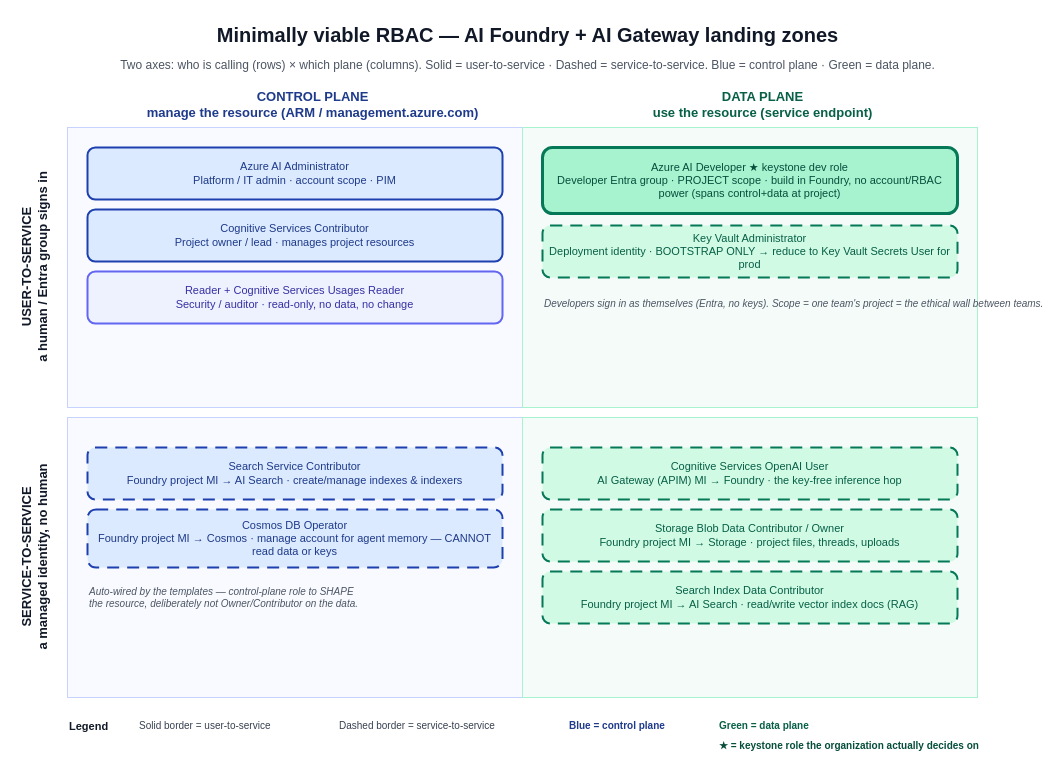
The draw.io diagram examples/baker-mckenzie-workshop/diagrams/foundry-gateway-rbac.drawio in troyhite/terraform-azurerm-avm-ptn-aiml-landing-zone, before the edit. Source tidied: cells renumbered, new cells numbered last; positions are measured from the earlier drawing's top-left corner, leaving out a move shared by most shapes. Both pictures are drawn from the tidied source at 100%, with x=0, y=0 at pixel (17, 17).
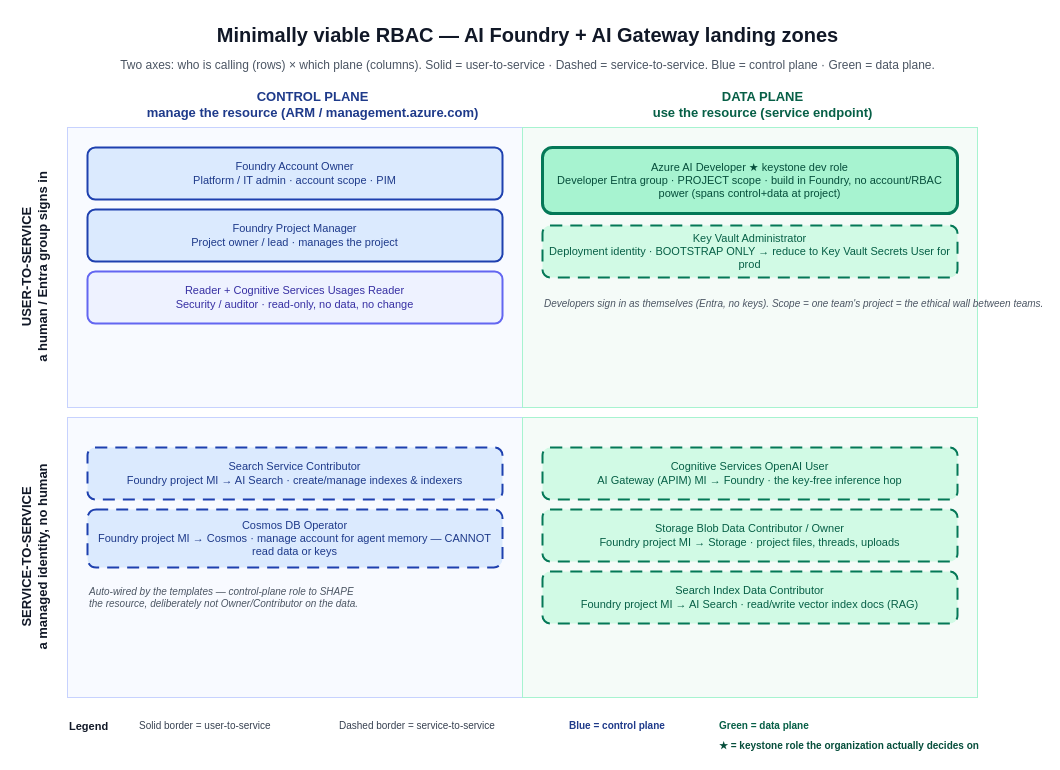
Above is the later version.

Commit message (it also covers changes not shown here):
data connectivity & RBAC role name updates

Diff of the diagram source:
```diff
@@
-    <mxCell id="12" value="Azure AI Administrator&#10;Platform / IT admin · account scope · PIM" style="rounded=1;whiteSpace=wrap;html=1;fillColor=#DBEAFE;strokeColor=#1E40AF;fontColor=#1E3A8A;fontSize=11;strokeWidth=2;" parent="1" vertex="1">
+    <mxCell id="12" value="Foundry Account Owner&#10;Platform / IT admin · account scope · PIM" style="rounded=1;whiteSpace=wrap;html=1;fillColor=#DBEAFE;strokeColor=#1E40AF;fontColor=#1E3A8A;fontSize=11;strokeWidth=2;" parent="1" vertex="1">
       <mxGeometry x="70" y="130" width="415" height="52" as="geometry" />
     </mxCell>
-    <mxCell id="13" value="Cognitive Services Contributor&#10;Project owner / lead · manages project resources" style="rounded=1;whiteSpace=wrap;html=1;fillColor=#DBEAFE;strokeColor=#1E40AF;fontColor=#1E3A8A;fontSize=11;strokeWidth=2;" parent="1" vertex="1">
+    <mxCell id="13" value="Foundry Project Manager&#10;Project owner / lead · manages the project" style="rounded=1;whiteSpace=wrap;html=1;fillColor=#DBEAFE;strokeColor=#1E40AF;fontColor=#1E3A8A;fontSize=11;strokeWidth=2;" parent="1" vertex="1">
       <mxGeometry x="70" y="192" width="415" height="52" as="geometry" />
     </mxCell>
```
